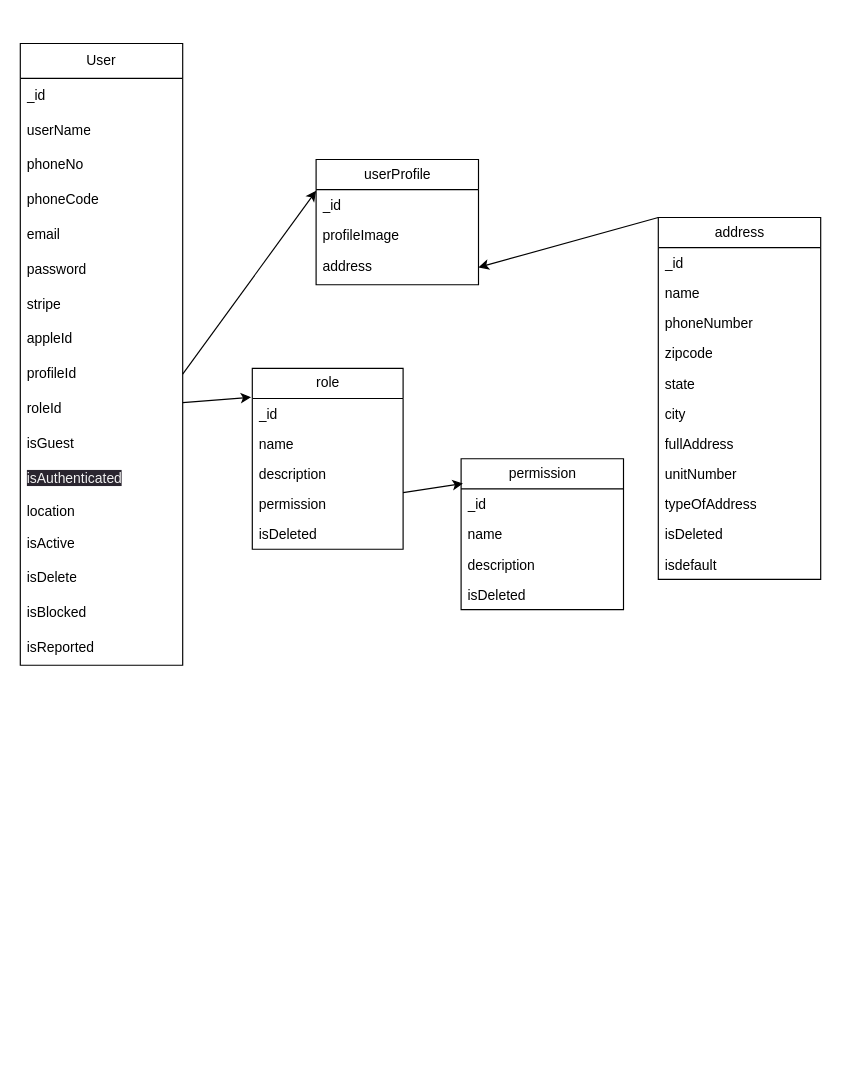
This is page "Page-1" (1 of 2) of database.drawio from YakoByte/Rentworthy-Backend-NodeJS, a draw.io file, before an edit. Source tidied: cells renumbered, new cells numbered last; positions are measured from the earlier drawing's top-left corner, leaving out a move shared by most shapes. Both pictures are drawn from the tidied source at 116%, with x=0, y=0 at pixel (20, 43).
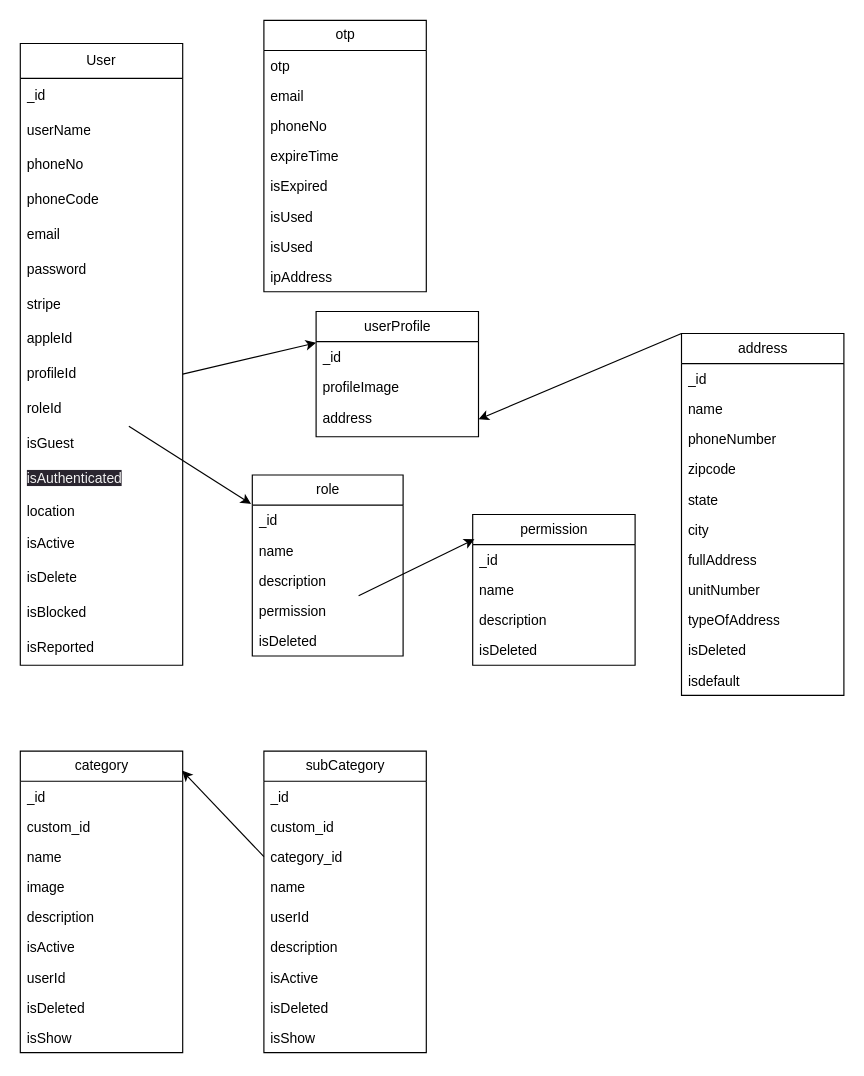
The same diagram, later.

Change to the diagram source:
```diff
@@
     <mxCell id="20" value="role" style="swimlane;fontStyle=0;horizontal=1;startSize=26;fillColor=none;html=1;" parent="1" vertex="1">
-      <mxGeometry x="200" y="280" width="130" height="156" as="geometry" />
+      <mxGeometry x="200" y="372" width="130" height="156" as="geometry" />
     </mxCell>
@@
     <mxCell id="28" value="address" style="swimlane;fontStyle=0;horizontal=1;startSize=26;fillColor=none;html=1;" parent="1" vertex="1">
-      <mxGeometry x="550" y="150" width="140" height="312" as="geometry" />
+      <mxGeometry x="570" y="250" width="140" height="312" as="geometry" />
     </mxCell>
@@
     <mxCell id="40" value="permission" style="swimlane;fontStyle=0;horizontal=1;startSize=26;fillColor=none;html=1;" parent="1" vertex="1">
-      <mxGeometry x="380" y="358" width="140" height="130" as="geometry" />
+      <mxGeometry x="390" y="406" width="140" height="130" as="geometry" />
     </mxCell>
@@
     <mxCell id="46" value="userProfile" style="swimlane;fontStyle=0;horizontal=1;startSize=26;fillColor=none;html=1;" parent="1" vertex="1">
-      <mxGeometry x="255" y="100" width="140" height="108" as="geometry" />
+      <mxGeometry x="255" y="231" width="140" height="108" as="geometry" />
     </mxCell>
@@
+    <mxCell id="52" value="otp" style="swimlane;fontStyle=0;horizontal=1;startSize=26;fillColor=none;html=1;" parent="1" vertex="1">
+      <mxGeometry x="210" y="-20" width="140" height="234" as="geometry" />
+    </mxCell>
+    <mxCell id="53" value="otp" style="text;strokeColor=none;fillColor=none;align=left;verticalAlign=top;spacingLeft=4;spacingRight=4;overflow=hidden;whiteSpace=wrap;html=1;" parent="52" vertex="1">
+      <mxGeometry y="26" width="140" height="26" as="geometry" />
+    </mxCell>
+    <mxCell id="54" value="email" style="text;strokeColor=none;fillColor=none;align=left;verticalAlign=top;spacingLeft=4;spacingRight=4;overflow=hidden;whiteSpace=wrap;html=1;" parent="52" vertex="1">
+      <mxGeometry y="52" width="140" height="26" as="geometry" />
+    </mxCell>
+    <mxCell id="55" value="phoneNo" style="text;strokeColor=none;fillColor=none;align=left;verticalAlign=top;spacingLeft=4;spacingRight=4;overflow=hidden;whiteSpace=wrap;html=1;" parent="52" vertex="1">
+      <mxGeometry y="78" width="140" height="26" as="geometry" />
+    </mxCell>
+    <mxCell id="56" value="expireTime" style="text;strokeColor=none;fillColor=none;align=left;verticalAlign=top;spacingLeft=4;spacingRight=4;overflow=hidden;whiteSpace=wrap;html=1;" parent="52" vertex="1">
+      <mxGeometry y="104" width="140" height="26" as="geometry" />
+    </mxCell>
+    <mxCell id="57" value="isExpired" style="text;strokeColor=none;fillColor=none;align=left;verticalAlign=top;spacingLeft=4;spacingRight=4;overflow=hidden;whiteSpace=wrap;html=1;" parent="52" vertex="1">
+      <mxGeometry y="130" width="140" height="26" as="geometry" />
+    </mxCell>
+    <mxCell id="58" value="isUsed" style="text;strokeColor=none;fillColor=none;align=left;verticalAlign=top;spacingLeft=4;spacingRight=4;overflow=hidden;whiteSpace=wrap;html=1;" parent="52" vertex="1">
+      <mxGeometry y="156" width="140" height="26" as="geometry" />
+    </mxCell>
+    <mxCell id="59" value="isUsed" style="text;strokeColor=none;fillColor=none;align=left;verticalAlign=top;spacingLeft=4;spacingRight=4;overflow=hidden;whiteSpace=wrap;html=1;" parent="52" vertex="1">
+      <mxGeometry y="182" width="140" height="26" as="geometry" />
+    </mxCell>
+    <mxCell id="60" value="ipAddress" style="text;strokeColor=none;fillColor=none;align=left;verticalAlign=top;spacingLeft=4;spacingRight=4;overflow=hidden;whiteSpace=wrap;html=1;" parent="52" vertex="1">
+      <mxGeometry y="208" width="140" height="26" as="geometry" />
+    </mxCell>
+    <mxCell id="61" value="category" style="swimlane;fontStyle=0;horizontal=1;startSize=26;fillColor=none;html=1;" parent="1" vertex="1">
+      <mxGeometry y="610" width="140" height="260" as="geometry" />
+    </mxCell>
+    <mxCell id="62" value="_id" style="text;strokeColor=none;fillColor=none;align=left;verticalAlign=top;spacingLeft=4;spacingRight=4;overflow=hidden;whiteSpace=wrap;html=1;" parent="61" vertex="1">
+      <mxGeometry y="26" width="140" height="26" as="geometry" />
+    </mxCell>
+    <mxCell id="63" value="custom_id" style="text;strokeColor=none;fillColor=none;align=left;verticalAlign=top;spacingLeft=4;spacingRight=4;overflow=hidden;whiteSpace=wrap;html=1;" parent="61" vertex="1">
+      <mxGeometry y="52" width="140" height="26" as="geometry" />
+    </mxCell>
+    <mxCell id="64" value="name" style="text;strokeColor=none;fillColor=none;align=left;verticalAlign=top;spacingLeft=4;spacingRight=4;overflow=hidden;whiteSpace=wrap;html=1;" parent="61" vertex="1">
+      <mxGeometry y="78" width="140" height="26" as="geometry" />
+    </mxCell>
+    <mxCell id="65" value="image" style="text;strokeColor=none;fillColor=none;align=left;verticalAlign=top;spacingLeft=4;spacingRight=4;overflow=hidden;whiteSpace=wrap;html=1;" parent="61" vertex="1">
+      <mxGeometry y="104" width="140" height="26" as="geometry" />
+    </mxCell>
+    <mxCell id="66" value="description" style="text;strokeColor=none;fillColor=none;align=left;verticalAlign=top;spacingLeft=4;spacingRight=4;overflow=hidden;whiteSpace=wrap;html=1;" parent="61" vertex="1">
+      <mxGeometry y="130" width="140" height="26" as="geometry" />
+    </mxCell>
+    <mxCell id="67" value="isActive" style="text;strokeColor=none;fillColor=none;align=left;verticalAlign=top;spacingLeft=4;spacingRight=4;overflow=hidden;whiteSpace=wrap;html=1;" parent="61" vertex="1">
+      <mxGeometry y="156" width="140" height="26" as="geometry" />
+    </mxCell>
+    <mxCell id="68" value="userId" style="text;strokeColor=none;fillColor=none;align=left;verticalAlign=top;spacingLeft=4;spacingRight=4;overflow=hidden;whiteSpace=wrap;html=1;" parent="61" vertex="1">
+      <mxGeometry y="182" width="140" height="26" as="geometry" />
+    </mxCell>
+    <mxCell id="69" value="isDeleted" style="text;strokeColor=none;fillColor=none;align=left;verticalAlign=top;spacingLeft=4;spacingRight=4;overflow=hidden;whiteSpace=wrap;html=1;" parent="61" vertex="1">
+      <mxGeometry y="208" width="140" height="26" as="geometry" />
+    </mxCell>
+    <mxCell id="70" value="isShow" style="text;strokeColor=none;fillColor=none;align=left;verticalAlign=top;spacingLeft=4;spacingRight=4;overflow=hidden;whiteSpace=wrap;html=1;" parent="61" vertex="1">
+      <mxGeometry y="234" width="140" height="26" as="geometry" />
+    </mxCell>
+    <mxCell id="71" value="subCategory" style="swimlane;fontStyle=0;horizontal=1;startSize=26;fillColor=none;html=1;" parent="1" vertex="1">
+      <mxGeometry x="210" y="610" width="140" height="260" as="geometry" />
+    </mxCell>
+    <mxCell id="72" value="_id" style="text;strokeColor=none;fillColor=none;align=left;verticalAlign=top;spacingLeft=4;spacingRight=4;overflow=hidden;whiteSpace=wrap;html=1;" parent="71" vertex="1">
+      <mxGeometry y="26" width="140" height="26" as="geometry" />
+    </mxCell>
+    <mxCell id="73" value="custom_id" style="text;strokeColor=none;fillColor=none;align=left;verticalAlign=top;spacingLeft=4;spacingRight=4;overflow=hidden;whiteSpace=wrap;html=1;" parent="71" vertex="1">
+      <mxGeometry y="52" width="140" height="26" as="geometry" />
+    </mxCell>
+    <mxCell id="74" value="category_id" style="text;strokeColor=none;fillColor=none;align=left;verticalAlign=top;spacingLeft=4;spacingRight=4;overflow=hidden;points=[[0,0.5],[1,0.5]];portConstraint=eastwest;whiteSpace=wrap;html=1;" parent="71" vertex="1">
+      <mxGeometry y="78" width="140" height="26" as="geometry" />
+    </mxCell>
+    <mxCell id="75" value="name" style="text;strokeColor=none;fillColor=none;align=left;verticalAlign=top;spacingLeft=4;spacingRight=4;overflow=hidden;whiteSpace=wrap;html=1;" parent="71" vertex="1">
+      <mxGeometry y="104" width="140" height="26" as="geometry" />
+    </mxCell>
+    <mxCell id="76" value="userId" style="text;strokeColor=none;fillColor=none;align=left;verticalAlign=top;spacingLeft=4;spacingRight=4;overflow=hidden;whiteSpace=wrap;html=1;" parent="71" vertex="1">
+      <mxGeometry y="130" width="140" height="26" as="geometry" />
+    </mxCell>
+    <mxCell id="77" value="description" style="text;strokeColor=none;fillColor=none;align=left;verticalAlign=top;spacingLeft=4;spacingRight=4;overflow=hidden;whiteSpace=wrap;html=1;" parent="71" vertex="1">
+      <mxGeometry y="156" width="140" height="26" as="geometry" />
+    </mxCell>
+    <mxCell id="78" value="isActive" style="text;strokeColor=none;fillColor=none;align=left;verticalAlign=top;spacingLeft=4;spacingRight=4;overflow=hidden;whiteSpace=wrap;html=1;" parent="71" vertex="1">
+      <mxGeometry y="182" width="140" height="26" as="geometry" />
+    </mxCell>
+    <mxCell id="79" value="isDeleted" style="text;strokeColor=none;fillColor=none;align=left;verticalAlign=top;spacingLeft=4;spacingRight=4;overflow=hidden;whiteSpace=wrap;html=1;" parent="71" vertex="1">
+      <mxGeometry y="208" width="140" height="26" as="geometry" />
+    </mxCell>
+    <mxCell id="80" value="isShow" style="text;strokeColor=none;fillColor=none;align=left;verticalAlign=top;spacingLeft=4;spacingRight=4;overflow=hidden;whiteSpace=wrap;html=1;" parent="71" vertex="1">
+      <mxGeometry y="234" width="140" height="26" as="geometry" />
+    </mxCell>
+    <mxCell id="81" style="edgeStyle=none;html=1;exitX=0;exitY=0.5;exitDx=0;exitDy=0;entryX=0.997;entryY=0.065;entryDx=0;entryDy=0;entryPerimeter=0;" parent="1" edge="1" source="74" target="61">
+      <mxGeometry relative="1" as="geometry" />
+    </mxCell>
```
